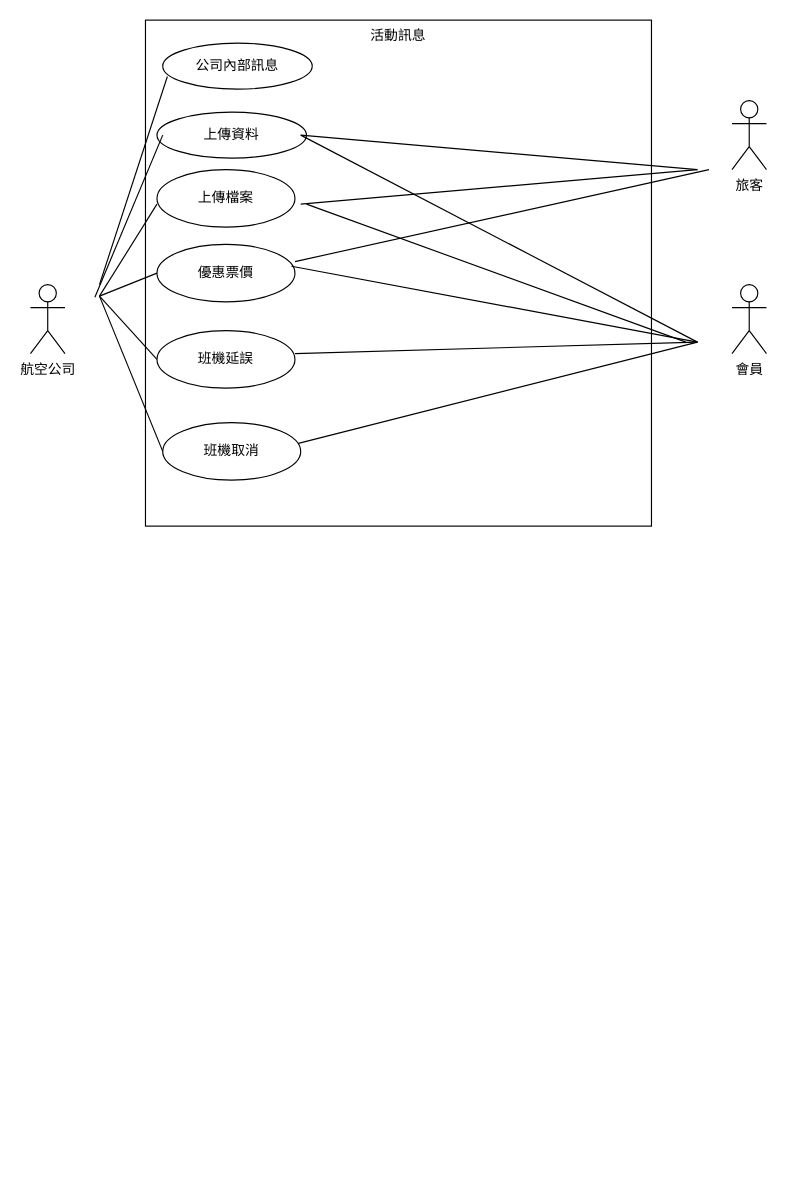
The draw.io diagram 物件導向.drawio in changeden/Flight-project-for-UML-illustrations, before the edit. Source tidied: cells renumbered, new cells numbered last; positions are measured from the earlier drawing's top-left corner, leaving out a move shared by most shapes. Both pictures are drawn from the tidied source at 115%, with x=0, y=0 at pixel (30, 20).
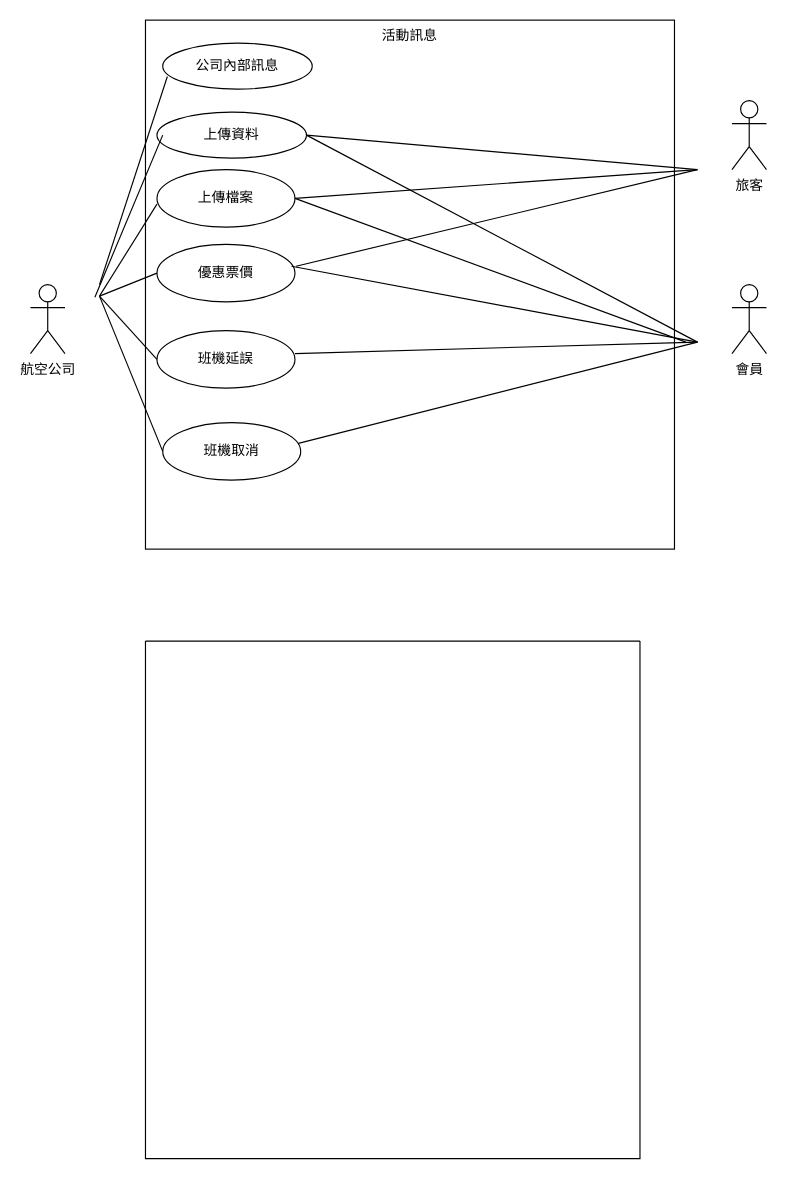
After the change.

Commit message:
更新物件導向.drawio

Unchanged cells that the change refers to:
```xml
<mxCell id="7" value="上傳檔案" style="ellipse;whiteSpace=wrap;html=1;" parent="1" vertex="1">
  <mxGeometry x="110" y="130" width="120" height="50" as="geometry" />
</mxCell>
<mxCell id="8" value="優惠票價" style="ellipse;whiteSpace=wrap;html=1;" parent="1" vertex="1">
  <mxGeometry x="110" y="195" width="120" height="50" as="geometry" />
</mxCell>
```

What changed in the source:
```diff
@@
     <mxCell id="2" value="活動訊息" style="whiteSpace=wrap;html=1;align=center;verticalAlign=top;" parent="1" vertex="1">
-      <mxGeometry x="100" width="440" height="440" as="geometry" />
+      <mxGeometry x="100" width="460" height="460" as="geometry" />
     </mxCell>
@@
-    <mxCell id="15" style="endArrow=none;html=1;rounded=0;" parent="1" edge="1">
+    <mxCell id="15" style="endArrow=none;html=1;rounded=0;entryX=1.008;entryY=0.38;entryDx=0;entryDy=0;entryPerimeter=0;" parent="1" edge="1" target="8">
       <mxGeometry relative="1" as="geometry">
-        <mxPoint x="590" y="130" as="sourcePoint" />
-        <mxPoint x="230" y="210" as="targetPoint" />
+        <mxPoint x="580" y="130" as="sourcePoint" />
       </mxGeometry>
     </mxCell>
-    <mxCell id="16" style="endArrow=none;html=1;rounded=0;" parent="1" edge="1">
+    <mxCell id="16" style="endArrow=none;html=1;rounded=0;entryX=1;entryY=0.5;entryDx=0;entryDy=0;" parent="1" edge="1" target="7">
       <mxGeometry relative="1" as="geometry">
         <mxPoint x="570" y="280" as="sourcePoint" />
-        <mxPoint x="240" y="160" as="targetPoint" />
       </mxGeometry>
     </mxCell>
-    <mxCell id="17" style="endArrow=none;html=1;rounded=0;entryX=0.975;entryY=0.38;entryDx=0;entryDy=0;entryPerimeter=0;" parent="1" edge="1">
+    <mxCell id="17" style="endArrow=none;html=1;rounded=0;" parent="1" edge="1">
       <mxGeometry relative="1" as="geometry">
         <mxPoint x="580" y="280" as="sourcePoint" />
-        <mxPoint x="235" y="100" as="targetPoint" />
+        <mxPoint x="240" y="100" as="targetPoint" />
       </mxGeometry>
     </mxCell>
-    <mxCell id="18" style="endArrow=none;html=1;rounded=0;" parent="1" edge="1">
+    <mxCell id="18" style="endArrow=none;html=1;rounded=0;entryX=1;entryY=0.5;entryDx=0;entryDy=0;" parent="1" edge="1" target="7">
       <mxGeometry relative="1" as="geometry">
         <mxPoint x="580" y="130" as="sourcePoint" />
-        <mxPoint x="235" y="160" as="targetPoint" />
       </mxGeometry>
     </mxCell>
     <mxCell id="19" style="endArrow=none;html=1;rounded=0;" parent="1" edge="1">
       <mxGeometry relative="1" as="geometry">
         <mxPoint x="580" y="130" as="sourcePoint" />
-        <mxPoint x="235" y="100" as="targetPoint" />
+        <mxPoint x="240" y="100" as="targetPoint" />
       </mxGeometry>
     </mxCell>
@@
-    <mxCell id="21" style="endArrow=none;html=1;rounded=0;exitX=0.031;exitY=0.725;exitDx=0;exitDy=0;exitPerimeter=0;" parent="1" edge="1">
+    <mxCell id="21" style="endArrow=none;html=1;rounded=0;" parent="1" edge="1">
       <mxGeometry relative="1" as="geometry">
         <mxPoint x="115" y="100" as="sourcePoint" />
         <mxPoint x="56" y="241" as="targetPoint" />
       </mxGeometry>
     </mxCell>
@@
+    <mxCell id="26" style="swimlane;startSize=0;verticalAlign=top;" parent="1" vertex="1">
+      <mxGeometry x="100" y="540" width="430" height="450" as="geometry" />
+    </mxCell>
```
